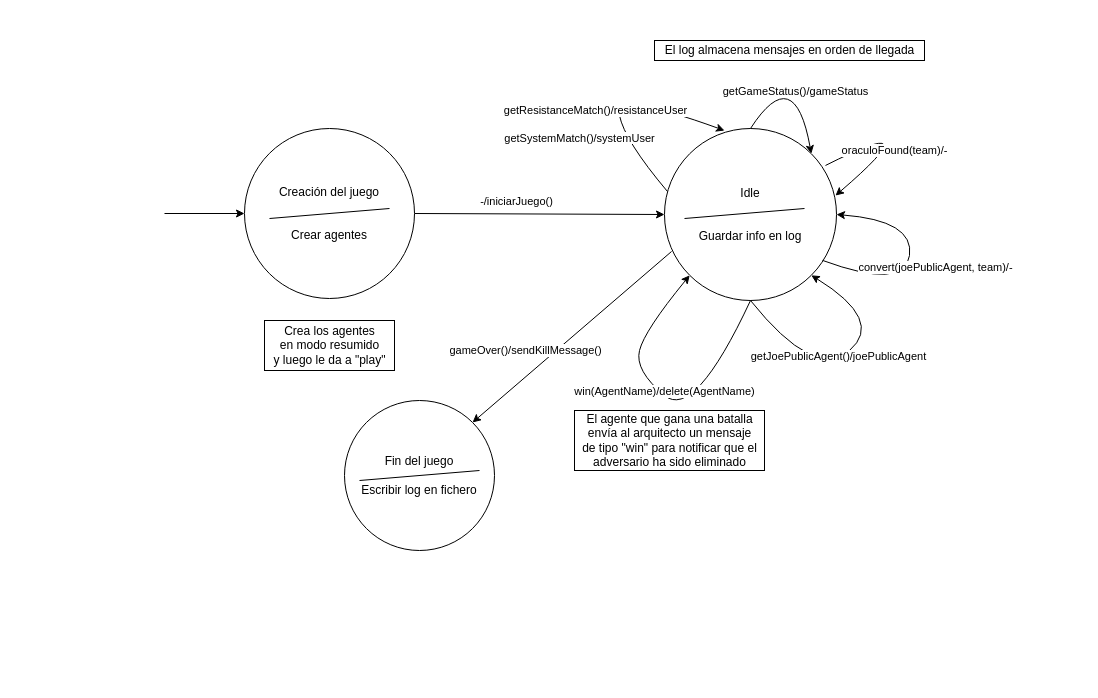
piter1902/trabajo_satd keeps this draw.io diagram as Practica6/DiagramaEstadosArquitecto.drawio. Above is the earlier version. Source tidied: cells renumbered, new cells numbered last; positions are measured from the earlier drawing's top-left corner, leaving out a move shared by most shapes. Both pictures are drawn from the tidied source at 100%, with x=0, y=0 at pixel (164, 40).
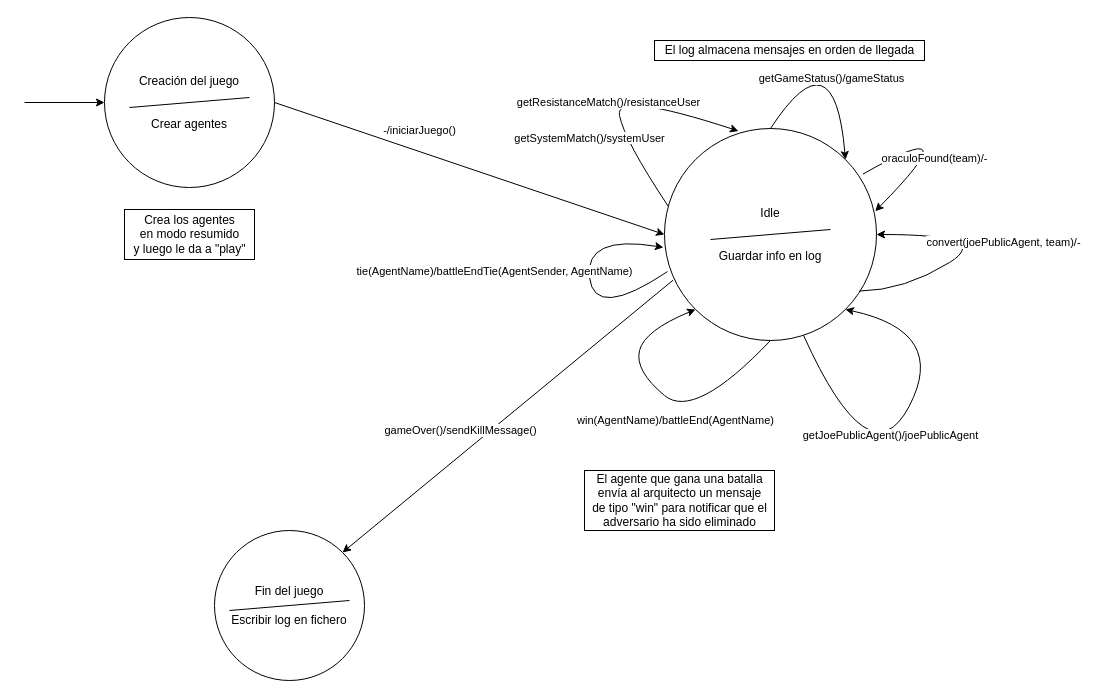
The same page after the edit.

Unchanged cells that the change refers to:
```xml
<mxCell id="7" style="curved=1;endArrow=classic;html=1;exitX=0.5;exitY=1;exitDx=0;exitDy=0;entryX=0;entryY=1;entryDx=0;entryDy=0;" parent="1" edge="1" source="2" target="2">
  <mxGeometry relative="1" as="geometry">
    <Array as="points">
      <mxPoint x="530" y="380" />
      <mxPoint x="470" y="330" />
      <mxPoint x="480" y="290" />
    </Array>
  </mxGeometry>
</mxCell>
<mxCell id="13" style="curved=1;endArrow=classic;html=1;exitX=0.017;exitY=0.366;exitDx=0;exitDy=0;exitPerimeter=0;entryX=0.349;entryY=0.012;entryDx=0;entryDy=0;entryPerimeter=0;" parent="1" edge="1" source="2" target="2">
  <mxGeometry relative="1" as="geometry">
    <Array as="points">
      <mxPoint x="460" y="100" />
      <mxPoint x="450" y="50" />
    </Array>
  </mxGeometry>
</mxCell>
```

What changed in the source:
```diff
@@
     <mxCell id="2" value="Idle&lt;br&gt;&lt;br&gt;&lt;br&gt;Guardar info en log" style="ellipse;whiteSpace=wrap;html=1;" parent="1" vertex="1">
-      <mxGeometry x="500" y="88" width="172" height="172" as="geometry" />
+      <mxGeometry x="500" y="88" width="212" height="212" as="geometry" />
     </mxCell>
     <mxCell id="3" style="endArrow=classic;html=1;exitX=0.5;exitY=0;exitDx=0;exitDy=0;edgeStyle=orthogonalEdgeStyle;curved=1;entryX=1;entryY=0;entryDx=0;entryDy=0;" parent="1" edge="1" source="2" target="2">
       <mxGeometry relative="1" as="geometry">
         <Array as="points">
-          <mxPoint x="630" y="20" />
+          <mxPoint x="670" y="-10" />
         </Array>
       </mxGeometry>
     </mxCell>
@@
-    <mxCell id="8" value="win(AgentName)/delete(AgentName)" style="edgeLabel;html=1;align=center;verticalAlign=middle;" parent="7" vertex="1">
+    <mxCell id="8" value="win(AgentName)/battleEnd(AgentName)" style="edgeLabel;html=1;align=center;verticalAlign=middle;" parent="7" vertex="1">
       <mxGeometry x="-0.76" y="-2" relative="1" as="geometry">
-        <mxPoint x="-68.1" y="56.4" as="offset" />
+        <mxPoint x="-71.1" y="56.4" as="offset" />
       </mxGeometry>
     </mxCell>
-    <mxCell id="9" style="curved=1;endArrow=classic;html=1;exitX=0.5;exitY=1;exitDx=0;exitDy=0;entryX=1;entryY=1;entryDx=0;entryDy=0;" parent="1" edge="1" source="2" target="2">
+    <mxCell id="9" style="curved=1;endArrow=classic;html=1;exitX=0.656;exitY=0.976;exitDx=0;exitDy=0;entryX=1;entryY=1;entryDx=0;entryDy=0;exitPerimeter=0;" parent="1" edge="1" source="2" target="2">
       <mxGeometry relative="1" as="geometry">
         <Array as="points">
-          <mxPoint x="650" y="340" />
-          <mxPoint x="720" y="280" />
+          <mxPoint x="705" y="441.1" />
+          <mxPoint x="784" y="291.1" />
         </Array>
       </mxGeometry>
     </mxCell>
@@
     <mxCell id="11" style="curved=1;endArrow=classic;html=1;exitX=0.919;exitY=0.767;exitDx=0;exitDy=0;exitPerimeter=0;entryX=1;entryY=0.5;entryDx=0;entryDy=0;" parent="1" edge="1" source="2" target="2">
       <mxGeometry relative="1" as="geometry">
         <Array as="points">
           <mxPoint x="740" y="250" />
-          <mxPoint x="750" y="180" />
+          <mxPoint x="830" y="194" />
         </Array>
       </mxGeometry>
     </mxCell>
@@
     <mxCell id="14" value="getResistanceMatch()/resistanceUser" style="edgeLabel;html=1;align=center;verticalAlign=middle;" parent="13" vertex="1">
       <mxGeometry x="-0.18" y="-11" relative="1" as="geometry">
-        <mxPoint x="-35" as="offset" />
+        <mxPoint x="-21.4" y="-9.1" as="offset" />
       </mxGeometry>
     </mxCell>
     <mxCell id="15" value="&lt;span style=&quot;font-size: 11px ; background-color: rgb(255 , 255 , 255)&quot;&gt;getSystemMatch()/systemUser&lt;/span&gt;" style="text;html=1;align=center;verticalAlign=middle;" parent="1" vertex="1">
-      <mxGeometry x="330" y="88" width="170" height="20" as="geometry" />
+      <mxGeometry x="340" y="88" width="170" height="20" as="geometry" />
     </mxCell>
     <mxCell id="16" value="Creación del juego&lt;br&gt;&lt;br&gt;&lt;br&gt;Crear agentes" style="ellipse;whiteSpace=wrap;html=1;" parent="1" vertex="1">
-      <mxGeometry x="80" y="88" width="170" height="170" as="geometry" />
+      <mxGeometry x="-60" y="-23" width="170" height="170" as="geometry" />
     </mxCell>
     <mxCell id="17" style="endArrow=classic;html=1;entryX=0;entryY=0.5;entryDx=0;entryDy=0;" parent="1" edge="1" target="16">
       <mxGeometry relative="1" as="geometry">
-        <mxPoint y="173" as="sourcePoint" />
+        <mxPoint x="-140" y="62" as="sourcePoint" />
       </mxGeometry>
     </mxCell>
     <mxCell id="18" style="endArrow=none;html=1;" parent="1" edge="1">
       <mxGeometry relative="1" as="geometry">
-        <mxPoint x="105" y="178" as="sourcePoint" />
-        <mxPoint x="225" y="168" as="targetPoint" />
+        <mxPoint x="-35" y="67" as="sourcePoint" />
+        <mxPoint x="85" y="57" as="targetPoint" />
       </mxGeometry>
     </mxCell>
     <mxCell id="19" value="Crea los agentes&lt;br&gt;en modo resumido&lt;br&gt;y luego le da a &quot;play&quot;" style="text;html=1;align=center;verticalAlign=middle;strokeColor=#000000;" parent="1" vertex="1">
-      <mxGeometry x="100" y="280" width="130" height="50" as="geometry" />
+      <mxGeometry x="-40" y="169" width="130" height="50" as="geometry" />
     </mxCell>
     <mxCell id="20" value="Fin del juego&lt;br&gt;&lt;br&gt;Escribir log en fichero" style="ellipse;whiteSpace=wrap;html=1;strokeColor=#000000;" parent="1" vertex="1">
-      <mxGeometry x="180" y="360" width="150" height="150" as="geometry" />
+      <mxGeometry x="50" y="490" width="150" height="150" as="geometry" />
     </mxCell>
@@
     <mxCell id="23" style="endArrow=none;html=1;" parent="1" edge="1">
       <mxGeometry relative="1" as="geometry">
-        <mxPoint x="195" y="440" as="sourcePoint" />
-        <mxPoint x="315" y="430" as="targetPoint" />
+        <mxPoint x="65" y="570" as="sourcePoint" />
+        <mxPoint x="185" y="560" as="targetPoint" />
       </mxGeometry>
     </mxCell>
     <mxCell id="24" value="El agente que gana una batalla&lt;br&gt;envía al arquitecto un mensaje&lt;br&gt;de tipo &quot;win&quot; para notificar que el&lt;br&gt;adversario ha sido eliminado" style="text;html=1;align=center;verticalAlign=middle;strokeColor=#000000;" parent="1" vertex="1">
-      <mxGeometry x="410" y="370" width="190" height="60" as="geometry" />
+      <mxGeometry x="420" y="430" width="190" height="60" as="geometry" />
     </mxCell>
     <mxCell id="25" style="endArrow=none;html=1;" parent="1" edge="1">
       <mxGeometry relative="1" as="geometry">
-        <mxPoint x="520" y="178" as="sourcePoint" />
-        <mxPoint x="640" y="168" as="targetPoint" />
+        <mxPoint x="546" y="199" as="sourcePoint" />
+        <mxPoint x="666" y="189" as="targetPoint" />
       </mxGeometry>
     </mxCell>
     <mxCell id="26" value="oraculoFound(team)/-" style="curved=1;endArrow=classic;html=1;exitX=0.936;exitY=0.215;exitDx=0;exitDy=0;exitPerimeter=0;entryX=0.994;entryY=0.39;entryDx=0;entryDy=0;entryPerimeter=0;" parent="1" edge="1" source="2" target="2">
       <mxGeometry x="0.41" y="4" relative="1" as="geometry">
         <Array as="points">
-          <mxPoint x="770" y="70" />
+          <mxPoint x="810" y="70" />
         </Array>
         <mxPoint y="1" as="offset" />
       </mxGeometry>
     </mxCell>
@@
+    <mxCell id="28" style="curved=1;endArrow=classic;html=1;exitX=0.014;exitY=0.675;exitDx=0;exitDy=0;exitPerimeter=0;entryX=-0.005;entryY=0.561;entryDx=0;entryDy=0;entryPerimeter=0;" parent="1" edge="1" source="2" target="2">
+      <mxGeometry relative="1" as="geometry">
+        <Array as="points">
+          <mxPoint x="430" y="280" />
+          <mxPoint x="420" y="194" />
+        </Array>
+      </mxGeometry>
+    </mxCell>
+    <mxCell id="29" value="tie(AgentName)/battleEndTie(AgentSender, AgentName)" style="edgeLabel;html=1;align=center;verticalAlign=middle;" parent="28" vertex="1">
+      <mxGeometry x="-0.06" y="-3" relative="1" as="geometry">
+        <mxPoint x="-99.3" y="-17.7" as="offset" />
+      </mxGeometry>
+    </mxCell>
```
